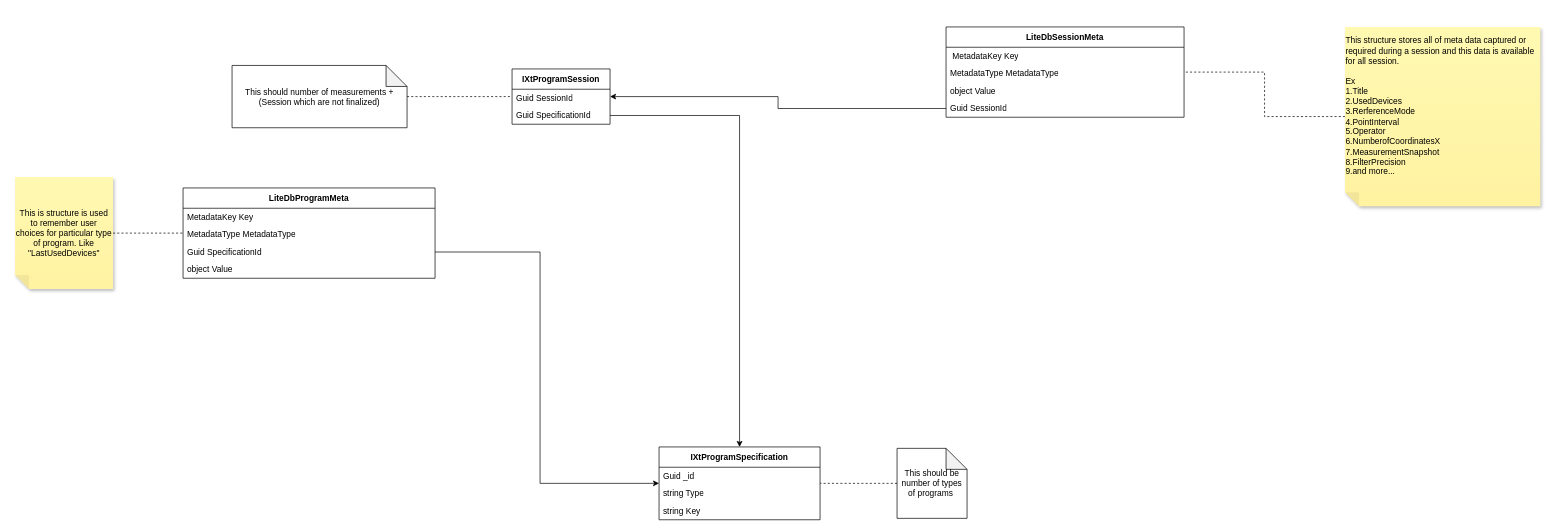
This is page "DB Design" (3 of 3) of Crystal/Crystal Project HighLevel.drawio from AmolSJawalkar/DrawIO, a draw.io file, before an edit. Source tidied: cells renumbered, new cells numbered last; positions are measured from the earlier drawing's top-left corner, leaving out a move shared by most shapes. Both pictures are drawn from the tidied source at 70%, with x=0, y=0 at pixel (15, 27).
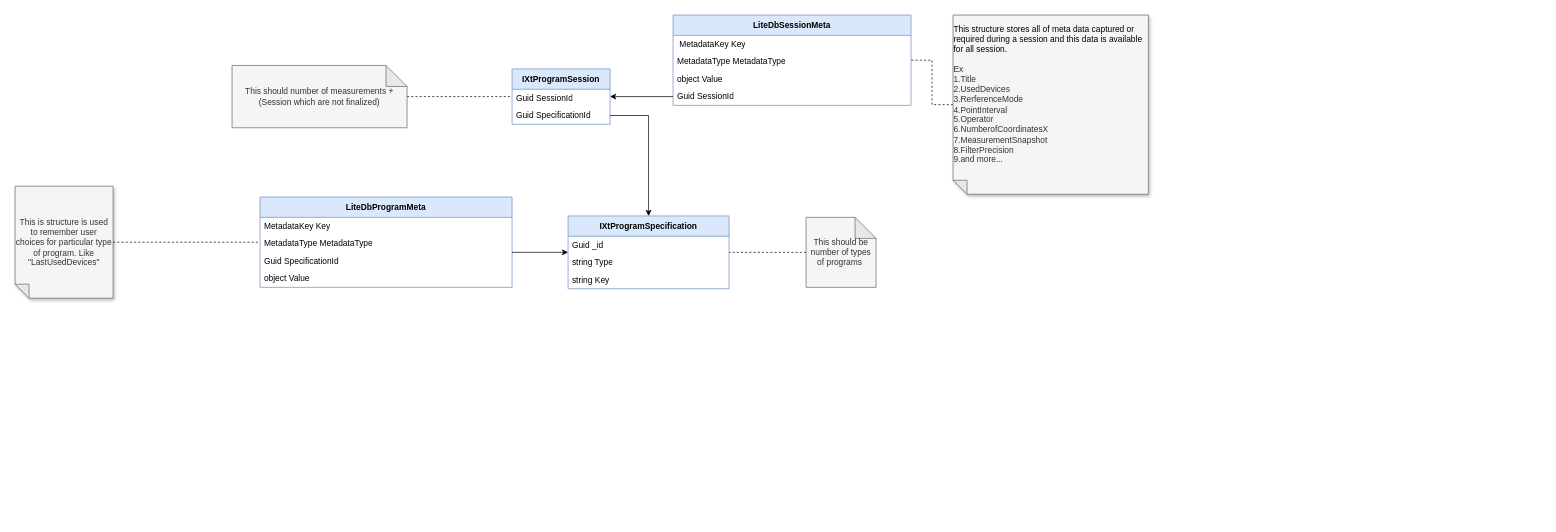
The same diagram, later.

Diff of the diagram source:
```diff
@@
-    <mxCell id="2" value="IXtProgramSession" style="swimlane;fontStyle=1;align=center;verticalAlign=middle;horizontal=1;startSize=29;html=1;whiteSpace=wrap;" parent="1" vertex="1">
+    <mxCell id="2" value="IXtProgramSession" style="swimlane;fontStyle=1;align=center;verticalAlign=middle;horizontal=1;startSize=29;html=1;whiteSpace=wrap;fillColor=#dae8fc;strokeColor=#6c8ebf;" parent="1" vertex="1">
       <mxGeometry x="710" y="60" width="140" height="79" as="geometry" />
     </mxCell>
@@
-    <mxCell id="5" value="IXtProgramSpecification" style="swimlane;fontStyle=1;align=center;verticalAlign=middle;horizontal=1;startSize=29;html=1;whiteSpace=wrap;" parent="1" vertex="1">
-      <mxGeometry x="920" y="600" width="230" height="104" as="geometry" />
+    <mxCell id="5" value="IXtProgramSpecification" style="swimlane;fontStyle=1;align=center;verticalAlign=middle;horizontal=1;startSize=29;html=1;whiteSpace=wrap;fillColor=#dae8fc;strokeColor=#6c8ebf;" parent="1" vertex="1">
+      <mxGeometry x="790" y="270" width="230" height="104" as="geometry" />
     </mxCell>
@@
-    <mxCell id="9" value="LiteDbProgramMeta" style="swimlane;fontStyle=1;align=center;verticalAlign=middle;horizontal=1;startSize=29;html=1;whiteSpace=wrap;" parent="1" vertex="1">
-      <mxGeometry x="240" y="230" width="360" height="129" as="geometry" />
+    <mxCell id="9" value="LiteDbProgramMeta" style="swimlane;fontStyle=1;align=center;verticalAlign=middle;horizontal=1;startSize=29;html=1;whiteSpace=wrap;fillColor=#dae8fc;strokeColor=#6c8ebf;" parent="1" vertex="1">
+      <mxGeometry x="350" y="243" width="360" height="129" as="geometry" />
     </mxCell>
@@
-    <mxCell id="14" value="LiteDbSessionMeta" style="swimlane;fontStyle=1;align=center;verticalAlign=middle;horizontal=1;startSize=29;html=1;whiteSpace=wrap;" parent="1" vertex="1">
-      <mxGeometry x="1330" width="340" height="129" as="geometry" />
+    <mxCell id="14" value="LiteDbSessionMeta" style="swimlane;fontStyle=1;align=center;verticalAlign=middle;horizontal=1;startSize=29;html=1;whiteSpace=wrap;fillColor=#dae8fc;strokeColor=#6c8ebf;" parent="1" vertex="1">
+      <mxGeometry x="940" y="-17" width="340" height="129" as="geometry" />
     </mxCell>
@@
-    <mxCell id="23" value="This should be number of types of programs&amp;nbsp;" style="shape=note;whiteSpace=wrap;html=1;backgroundOutline=1;darkOpacity=0.05;" parent="1" vertex="1">
-      <mxGeometry x="1260" y="602" width="100" height="100" as="geometry" />
+    <mxCell id="23" value="This should be number of types of programs&amp;nbsp;" style="shape=note;whiteSpace=wrap;html=1;backgroundOutline=1;darkOpacity=0.05;fillColor=#f5f5f5;fontColor=#333333;strokeColor=#666666;" parent="1" vertex="1">
+      <mxGeometry x="1130" y="272" width="100" height="100" as="geometry" />
     </mxCell>
@@
-    <mxCell id="25" value="This should number of measurements + (Session which are not finalized)" style="shape=note;whiteSpace=wrap;html=1;backgroundOutline=1;darkOpacity=0.05;" parent="1" vertex="1">
+    <mxCell id="25" value="This should number of measurements + (Session which are not finalized)" style="shape=note;whiteSpace=wrap;html=1;backgroundOutline=1;darkOpacity=0.05;fillColor=#f5f5f5;fontColor=#333333;strokeColor=#666666;" parent="1" vertex="1">
       <mxGeometry x="310" y="55" width="250" height="89" as="geometry" />
     </mxCell>
@@
-    <mxCell id="27" value="This is structure is used to remember user choices for particular type of program. Like &quot;LastUsedDevices&quot;" style="shape=note;whiteSpace=wrap;html=1;backgroundOutline=1;fontColor=#000000;darkOpacity=0.05;fillColor=#FFF9B2;strokeColor=none;fillStyle=solid;direction=west;gradientDirection=north;gradientColor=#FFF2A1;shadow=1;size=20;" parent="1" vertex="1">
-      <mxGeometry y="214.5" width="140" height="160" as="geometry" />
+    <mxCell id="27" value="This is structure is used to remember user choices for particular type of program. Like &quot;LastUsedDevices&quot;" style="shape=note;whiteSpace=wrap;html=1;backgroundOutline=1;fontColor=#333333;darkOpacity=0.05;fillColor=#f5f5f5;strokeColor=#666666;fillStyle=solid;direction=west;gradientDirection=north;shadow=1;size=20;" parent="1" vertex="1">
+      <mxGeometry y="227.5" width="140" height="160" as="geometry" />
     </mxCell>
@@
-    <mxCell id="29" value="&lt;div style=&quot;text-align: left;&quot;&gt;&lt;span style=&quot;background-color: transparent; color: light-dark(rgb(0, 0, 0), rgb(237, 237, 237));&quot;&gt;This structure stores all of meta data captured or required during a session and this data is available for all session.&lt;/span&gt;&lt;/div&gt;&lt;div style=&quot;text-align: left;&quot;&gt;&lt;br&gt;&lt;/div&gt;&lt;div style=&quot;text-align: left;&quot;&gt;Ex&lt;/div&gt;&lt;div style=&quot;text-align: left;&quot;&gt;1.Title&lt;/div&gt;&lt;div style=&quot;text-align: left;&quot;&gt;2.UsedDevices&lt;/div&gt;&lt;div style=&quot;text-align: left;&quot;&gt;3.RerferenceMode&lt;/div&gt;&lt;div style=&quot;text-align: left;&quot;&gt;4.PointInterval&lt;/div&gt;&lt;div style=&quot;text-align: left;&quot;&gt;5.Operator&lt;/div&gt;&lt;div style=&quot;text-align: left;&quot;&gt;6.NumberofCoordinatesX&lt;/div&gt;&lt;div style=&quot;text-align: left;&quot;&gt;7.MeasurementSnapshot&lt;/div&gt;&lt;div style=&quot;text-align: left;&quot;&gt;8.FilterPrecision&lt;/div&gt;&lt;div style=&quot;text-align: left;&quot;&gt;9.and more...&lt;/div&gt;&lt;div style=&quot;text-align: left;&quot;&gt;&lt;br&gt;&lt;/div&gt;&lt;div style=&quot;text-align: left;&quot;&gt;&lt;br&gt;&lt;/div&gt;" style="shape=note;whiteSpace=wrap;html=1;backgroundOutline=1;fontColor=#000000;darkOpacity=0.05;fillColor=#FFF9B2;strokeColor=none;fillStyle=solid;direction=west;gradientDirection=north;gradientColor=#FFF2A1;shadow=1;size=20;" parent="1" vertex="1">
-      <mxGeometry x="1900" width="279" height="256" as="geometry" />
+    <mxCell id="29" value="&lt;div style=&quot;text-align: left;&quot;&gt;&lt;span style=&quot;background-color: transparent; color: light-dark(rgb(0, 0, 0), rgb(237, 237, 237));&quot;&gt;This structure stores all of meta data captured or required during a session and this data is available for all session.&lt;/span&gt;&lt;/div&gt;&lt;div style=&quot;text-align: left;&quot;&gt;&lt;br&gt;&lt;/div&gt;&lt;div style=&quot;text-align: left;&quot;&gt;Ex&lt;/div&gt;&lt;div style=&quot;text-align: left;&quot;&gt;1.Title&lt;/div&gt;&lt;div style=&quot;text-align: left;&quot;&gt;2.UsedDevices&lt;/div&gt;&lt;div style=&quot;text-align: left;&quot;&gt;3.RerferenceMode&lt;/div&gt;&lt;div style=&quot;text-align: left;&quot;&gt;4.PointInterval&lt;/div&gt;&lt;div style=&quot;text-align: left;&quot;&gt;5.Operator&lt;/div&gt;&lt;div style=&quot;text-align: left;&quot;&gt;6.NumberofCoordinatesX&lt;/div&gt;&lt;div style=&quot;text-align: left;&quot;&gt;7.MeasurementSnapshot&lt;/div&gt;&lt;div style=&quot;text-align: left;&quot;&gt;8.FilterPrecision&lt;/div&gt;&lt;div style=&quot;text-align: left;&quot;&gt;9.and more...&lt;/div&gt;&lt;div style=&quot;text-align: left;&quot;&gt;&lt;br&gt;&lt;/div&gt;&lt;div style=&quot;text-align: left;&quot;&gt;&lt;br&gt;&lt;/div&gt;" style="shape=note;whiteSpace=wrap;html=1;backgroundOutline=1;fontColor=#333333;darkOpacity=0.05;fillColor=#f5f5f5;strokeColor=#666666;fillStyle=solid;direction=west;gradientDirection=north;shadow=1;size=20;" parent="1" vertex="1">
+      <mxGeometry x="1340" y="-17" width="279" height="256" as="geometry" />
     </mxCell>
```
